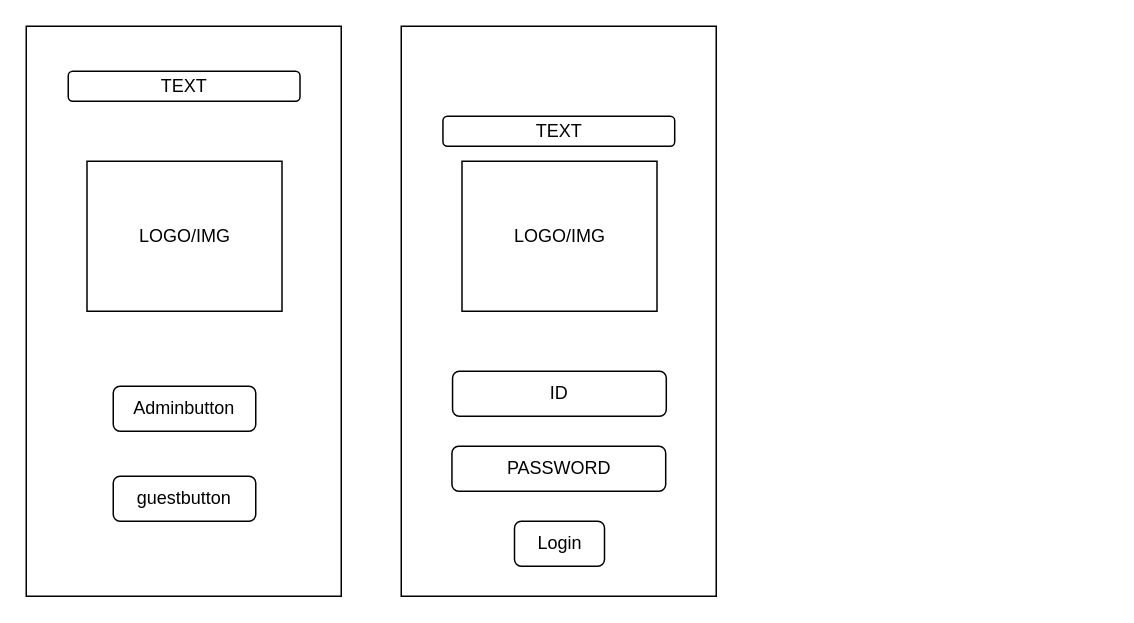
CChayut/Di-grm keeps this draw.io diagram as EX UI.drawio. Above is the earlier version. Source tidied: cells renumbered, new cells numbered last; positions are measured from the earlier drawing's top-left corner, leaving out a move shared by most shapes. Both pictures are drawn from the tidied source at 150%, with x=0, y=0 at pixel (26, 26). Pictures stored in the file or linked from it are replaced by grey dashed boxes.
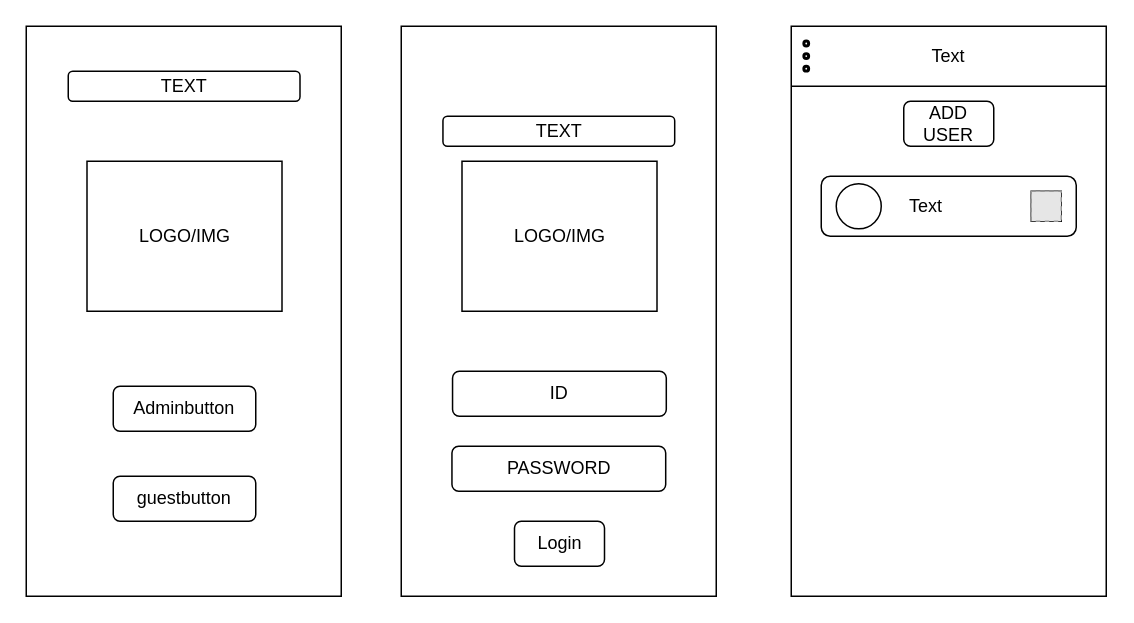
After the change.

The edit, as a diff of the source:
```diff
@@
+    <mxCell id="15" style="group;" parent="1" vertex="1">
+      <mxGeometry x="510" width="210" height="380" as="geometry" />
+    </mxCell>
+    <mxCell id="16" style="rounded=0;whiteSpace=wrap;html=1;" parent="15" vertex="1">
+      <mxGeometry width="210" height="380" as="geometry" />
+    </mxCell>
+    <mxCell id="17" style="endArrow=none;html=1;rounded=0;exitX=1.005;exitY=0.168;exitDx=0;exitDy=0;exitPerimeter=0;" parent="15" edge="1">
+      <mxGeometry relative="1" as="geometry">
+        <mxPoint x="210" y="40" as="sourcePoint" />
+        <mxPoint y="40" as="targetPoint" />
+      </mxGeometry>
+    </mxCell>
+    <mxCell id="18" value="Text" style="text;html=1;align=center;verticalAlign=middle;whiteSpace=wrap;rounded=0;" parent="15" vertex="1">
+      <mxGeometry x="60" y="4.9" width="90" height="30" as="geometry" />
+    </mxCell>
+    <mxCell id="19" value="ADD USER" style="rounded=1;whiteSpace=wrap;html=1;" parent="15" vertex="1">
+      <mxGeometry x="75" y="50" width="60" height="30" as="geometry" />
+    </mxCell>
+    <mxCell id="20" style="rounded=1;whiteSpace=wrap;html=1;" parent="15" vertex="1">
+      <mxGeometry x="20" y="100" width="170" height="40" as="geometry" />
+    </mxCell>
+    <mxCell id="21" style="ellipse;whiteSpace=wrap;html=1;" parent="15" vertex="1">
+      <mxGeometry x="30" y="105" width="30" height="30" as="geometry" />
+    </mxCell>
+    <mxCell id="22" value="Text" style="text;html=1;align=center;verticalAlign=middle;whiteSpace=wrap;rounded=0;" parent="15" vertex="1">
+      <mxGeometry x="60" y="105" width="60" height="30" as="geometry" />
+    </mxCell>
+    <mxCell id="23" style="rounded=0;whiteSpace=wrap;html=1;" parent="15" vertex="1">
+      <mxGeometry x="160" y="110" width="20" height="20" as="geometry" />
+    </mxCell>
+    <mxCell id="24" style="fillColor=#E6E6E6;strokeColor=#999999;dashed=1;html=1;verticalAlign=top;verticalLabelPosition=bottom;labelBackgroundColor=#ffffff;" parent="15" vertex="1">
+      <mxGeometry x="160" y="110" width="20" height="20" as="geometry" />
+    </mxCell>
+    <mxCell id="25" style="html=1;verticalLabelPosition=bottom;align=center;labelBackgroundColor=#ffffff;verticalAlign=top;strokeWidth=2;strokeColor=#000000;shadow=0;dashed=0;shape=mxgraph.ios7.icons.page_navigation;rotation=90;" parent="15" vertex="1">
+      <mxGeometry y="18.3" width="20" height="3.2" as="geometry" />
+    </mxCell>
```
